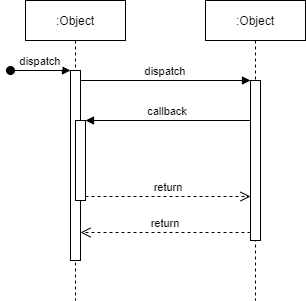
The draw.io diagram Deliverables/Week_3/Use_Case/Student/Sequence Diagrams/Game.png in Hanandrof/Group-3-Repository, before a commit. Source tidied: cells renumbered, new cells last; positions are measured from the earlier drawing's top-left corner, leaving out a move shared by most shapes.
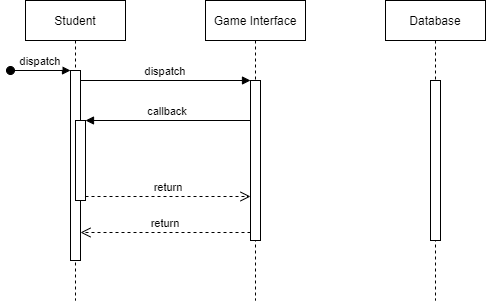
Above is the later version.

Change to the diagram source:
```diff
@@ -2,7 +2,7 @@
   <root>
     <mxCell id="0" />
     <mxCell id="1" parent="0" />
-    <mxCell id="2" value=":Object" style="shape=umlLifeline;perimeter=lifelinePerimeter;rounded=0;shadow=0;strokeWidth=1;" parent="1" vertex="1">
+    <mxCell id="2" value="Student" style="shape=umlLifeline;perimeter=lifelinePerimeter;rounded=0;shadow=0;strokeWidth=1;" parent="1" vertex="1">
       <mxGeometry x="15" width="100" height="300" as="geometry" />
     </mxCell>
     <mxCell id="3" style="points=[];perimeter=orthogonalPerimeter;rounded=0;shadow=0;strokeWidth=1;" parent="2" vertex="1">
@@ -16,7 +16,7 @@
     <mxCell id="5" style="points=[];perimeter=orthogonalPerimeter;rounded=0;shadow=0;strokeWidth=1;" parent="2" vertex="1">
       <mxGeometry x="50" y="120" width="10" height="80" as="geometry" />
     </mxCell>
-    <mxCell id="6" value=":Object" style="shape=umlLifeline;perimeter=lifelinePerimeter;rounded=0;shadow=0;strokeWidth=1;" parent="1" vertex="1">
+    <mxCell id="6" value="Game Interface" style="shape=umlLifeline;perimeter=lifelinePerimeter;rounded=0;shadow=0;strokeWidth=1;" parent="1" vertex="1">
       <mxGeometry x="195" width="100" height="300" as="geometry" />
     </mxCell>
     <mxCell id="7" style="points=[];perimeter=orthogonalPerimeter;rounded=0;shadow=0;strokeWidth=1;" parent="6" vertex="1">
@@ -34,5 +34,11 @@
     <mxCell id="11" value="return" style="verticalAlign=bottom;endArrow=open;dashed=1;endSize=8;exitX=1;exitY=0.95;shadow=0;strokeWidth=1;" parent="1" edge="1" source="5" target="7">
       <mxGeometry relative="1" as="geometry" />
     </mxCell>
+    <mxCell id="12" value="Database" style="shape=umlLifeline;perimeter=lifelinePerimeter;rounded=0;shadow=0;strokeWidth=1;" parent="1" vertex="1">
+      <mxGeometry x="375" width="100" height="300" as="geometry" />
+    </mxCell>
+    <mxCell id="13" style="perimeter=orthogonalPerimeter;rounded=0;shadow=0;strokeWidth=1;" parent="12" vertex="1">
+      <mxGeometry x="45" y="80" width="10" height="160" as="geometry" />
+    </mxCell>
   </root>
 </mxGraphModel>
```
